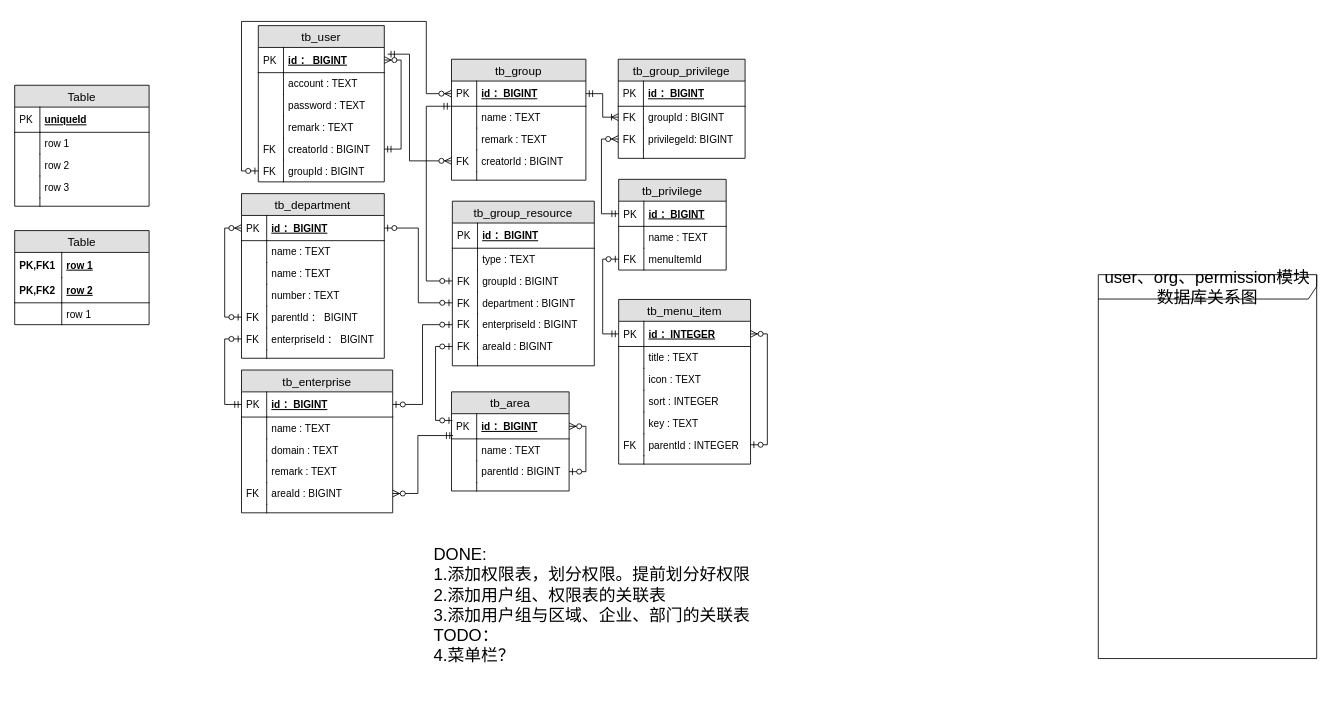
This is page "第 2 页" (2 of 2) of CDRS/DB-design.drawio from waterwatermelon/graph, a draw.io file, before an edit. Source tidied: cells renumbered, new cells numbered last; positions are measured from the earlier drawing's top-left corner, leaving out a move shared by most shapes. Both pictures are drawn from the tidied source at 84%, with x=0, y=0 at pixel (14, 21).
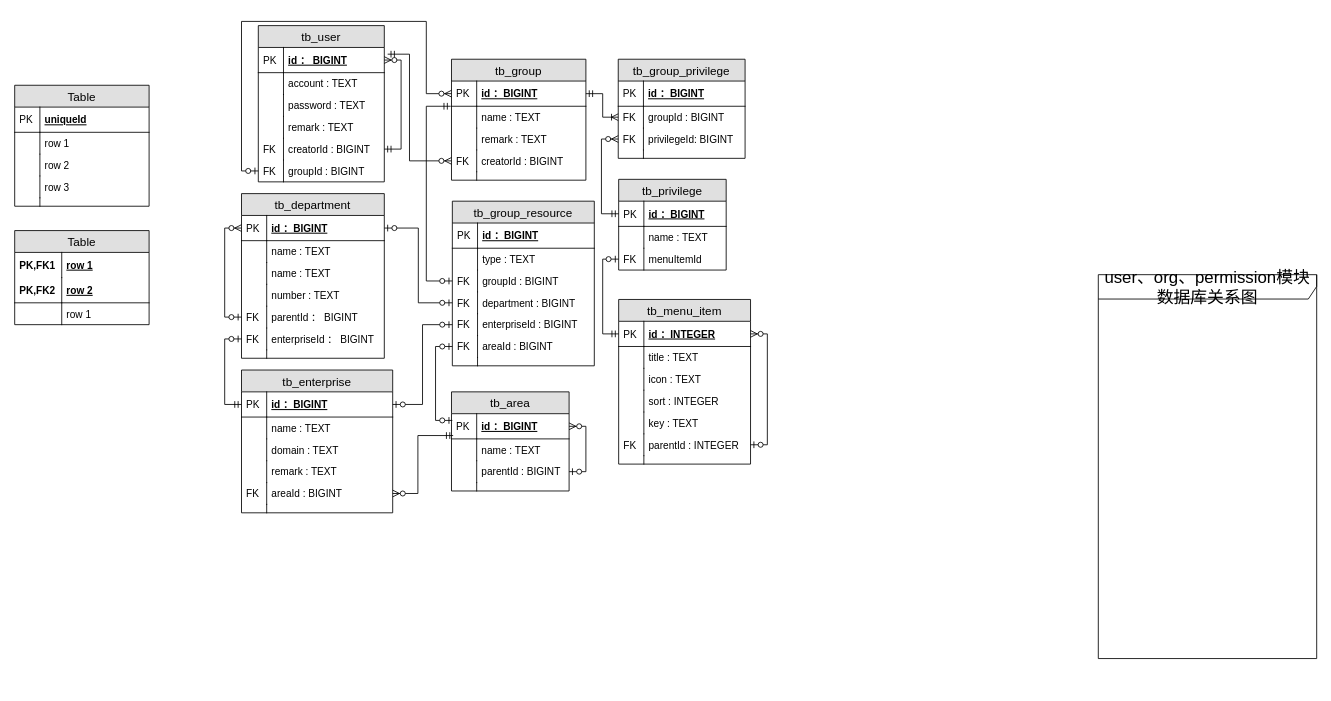
The same page after the edit.

Change to the diagram source:
```diff
@@
-    <mxCell id="90" value="&lt;span style=&quot;font-size: 20px&quot;&gt;DONE:&lt;br&gt;1.添加权限表，划分权限。提前划分好权限&lt;br&gt;2.添加用户组、权限表的关联表&lt;br&gt;3.添加用户组与区域、企业、部门的关联表&lt;br&gt;&lt;/span&gt;&lt;span style=&quot;font-size: 20px&quot;&gt;TODO：&lt;/span&gt;&lt;span style=&quot;font-size: 20px&quot;&gt;&lt;br&gt;4.菜单栏？&lt;br&gt;&lt;br&gt;&lt;/span&gt;" style="text;html=1;align=left;verticalAlign=top;spacingTop=-4;fontSize=14;" parent="1" vertex="1">
-      <mxGeometry x="497" y="620" width="390" height="130" as="geometry" />
-    </mxCell>
```
